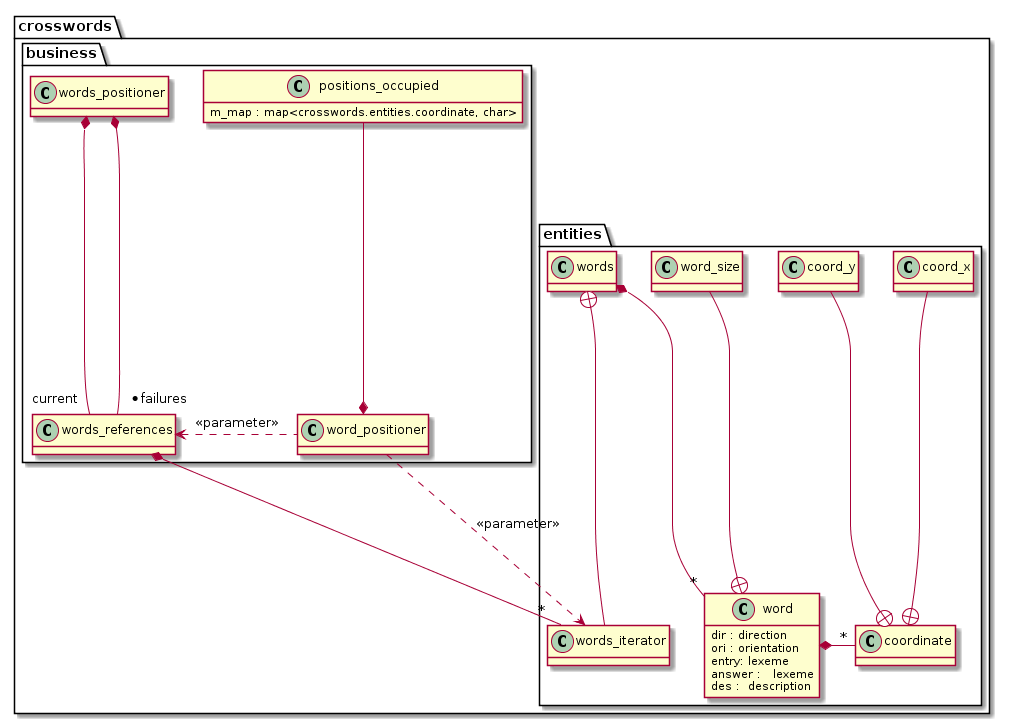
Before: code/crosswords/document/uml.png, a diagram exported from PlantUML (rodrigocanellas/tenacitas).
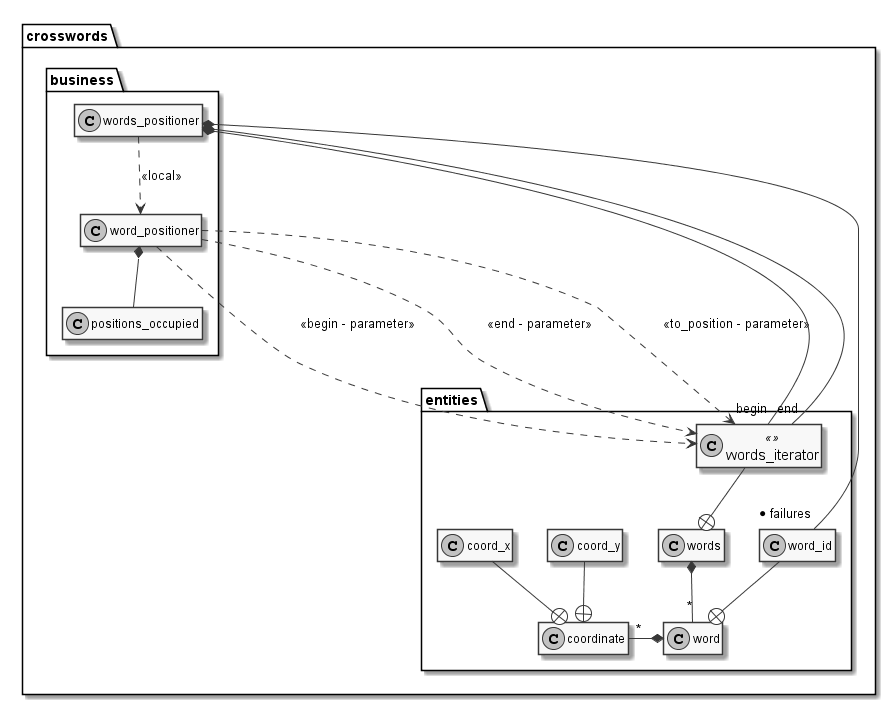
Later version of the same file.

Commit message:
designing new attempt

Change to the diagram source:
```diff
@@ -1,5 +1,10 @@
 @startuml
 hide methods
+hide attributes
+skinparam monochrome true
+skinparam class {
+	fontSize<< >> 15
+}
 
 namespace crosswords {
 	namespace entities {
@@ -12,10 +17,11 @@
 			answer :   lexeme
 			des :  description
 		}
-		word +-u- word_size
-		word *-r- "*" coordinate
+		word +-u- word_id
+		word *-l- "*" coordinate
 		words *-- "*" word
-		words +-- words_iterator
+		class words_iterator << >>
+		words +-u- words_iterator
 	}
 
 	namespace business {
@@ -26,13 +32,19 @@
 		class positions_occupied {
 			m_map : map<crosswords.entities.coordinate, char>
 		}
-		word_positioner *-u- positions_occupied
-		words_references *-- "*" crosswords.entities.words_iterator
-		word_positioner .l.> words_references : <<parameter>>
-		word_positioner ..>crosswords.entities.words_iterator : <<parameter>>
-		words_positioner *-d- "current" words_references
-		words_positioner *-- "* failures" words_references
+		word_positioner *-d- positions_occupied
+
+		word_positioner ..r..> crosswords.entities.words_iterator : <<begin - parameter>>
+		word_positioner ..r..> crosswords.entities.words_iterator : <<end - parameter>>
+		word_positioner ..r..> crosswords.entities.words_iterator : <<to_position - parameter>>
+
+		words_positioner *-d--- "begin" crosswords.entities.words_iterator
+		words_positioner *-d--- "end" crosswords.entities.words_iterator
+		words_positioner *-- "* failures" crosswords.entities.word_id
+		words_positioner .d.> word_positioner : <<local>>
 
 	}
+
 }
+
 @enduml
```
